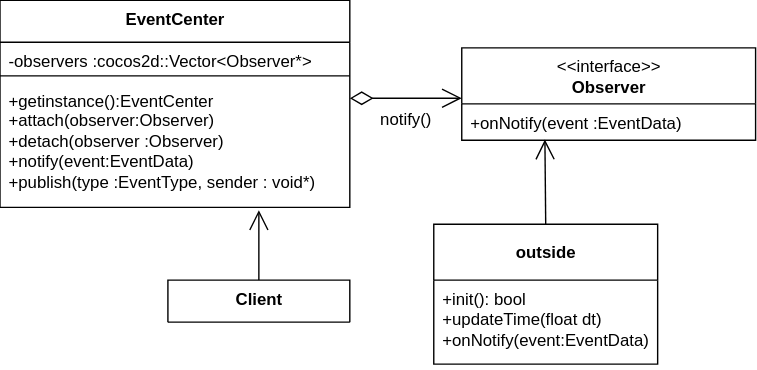
This is 文档/diagram/ObserverPatternUML.svg from Alian-yy/Stardew_Valley_Refactored, a draw.io export, as it was before one commit. Source tidied: cells renumbered, new cells last; positions are measured from the earlier drawing's top-left corner, leaving out a move shared by most shapes.
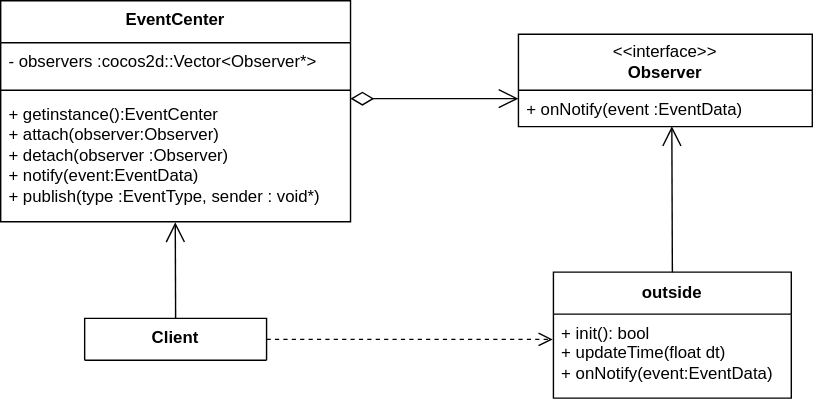
Above is the later version.

Commit message:
观察者文档修改

What changed in the source:
```diff
@@ -3,52 +3,50 @@
     <mxCell id="0" />
     <mxCell id="1" parent="0" />
     <mxCell id="2" value="EventCenter" style="swimlane;fontStyle=1;align=center;verticalAlign=top;horizontal=1;startSize=30;whiteSpace=wrap;html=1;" parent="1" vertex="1">
-      <mxGeometry width="250" height="148" as="geometry" />
+      <mxGeometry x="90" y="30" width="250" height="158" as="geometry" />
     </mxCell>
-    <mxCell id="3" value="-observers :cocos2d::Vector&amp;lt;Observer*&amp;gt;" style="text;strokeColor=none;fillColor=none;align=left;verticalAlign=top;spacingLeft=4;spacingRight=4;overflow=hidden;whiteSpace=wrap;html=1;" parent="2" vertex="1">
-      <mxGeometry y="30" width="250" height="20" as="geometry" />
+    <mxCell id="3" value="- observers :cocos2d::Vector&amp;lt;Observer*&amp;gt;" style="text;strokeColor=none;fillColor=none;align=left;verticalAlign=top;spacingLeft=4;spacingRight=4;overflow=hidden;whiteSpace=wrap;html=1;" parent="2" vertex="1">
+      <mxGeometry y="30" width="250" height="30" as="geometry" />
     </mxCell>
     <mxCell id="4" style="line;strokeWidth=1;fillColor=none;align=left;verticalAlign=middle;spacingTop=-1;spacingLeft=3;spacingRight=3;labelPosition=right;strokeColor=inherit;" parent="2" vertex="1">
-      <mxGeometry y="50" width="250" height="8" as="geometry" />
+      <mxGeometry y="60" width="250" height="8" as="geometry" />
     </mxCell>
-    <mxCell id="5" value="&lt;div&gt;+getinstance():EventCenter&lt;/div&gt;&lt;div&gt;+attach(observer:Observer)&lt;/div&gt;&lt;div&gt;+detach(observer :Observer)&lt;/div&gt;&lt;div&gt;+notify(event:EventData)&lt;/div&gt;&lt;div&gt;+publish(type :EventType, sender : void*)&lt;/div&gt;" style="text;strokeColor=none;fillColor=none;align=left;verticalAlign=top;spacingLeft=4;spacingRight=4;overflow=hidden;points=[[0,0.5],[1,0.5]];portConstraint=eastwest;whiteSpace=wrap;html=1;" parent="2" vertex="1">
-      <mxGeometry y="58" width="250" height="90" as="geometry" />
+    <mxCell id="5" value="&lt;div&gt;+ getinstance():EventCenter&lt;/div&gt;&lt;div&gt;+ attach(observer:Observer)&lt;/div&gt;&lt;div&gt;+ detach(observer :Observer)&lt;/div&gt;&lt;div&gt;+ notify(event:EventData)&lt;/div&gt;&lt;div&gt;+ publish(type :EventType, sender : void*)&lt;/div&gt;" style="text;strokeColor=none;fillColor=none;align=left;verticalAlign=top;spacingLeft=4;spacingRight=4;overflow=hidden;points=[[0,0.5],[1,0.5]];portConstraint=eastwest;whiteSpace=wrap;html=1;" parent="2" vertex="1">
+      <mxGeometry y="68" width="250" height="90" as="geometry" />
     </mxCell>
     <mxCell id="6" value="&amp;lt;&amp;lt;interface&amp;gt;&amp;gt;&lt;br style=&quot;border-color: var(--border-color);&quot;&gt;&lt;div&gt;&lt;div class=&quot;old-record-id-ZiajdeXCjoU0RMxnL77c6zVinrb&quot; style=&quot;&quot;&gt;&lt;b&gt;Observer &lt;/b&gt;&lt;/div&gt;&lt;/div&gt;" style="swimlane;fontStyle=0;horizontal=1;startSize=40;fillColor=none;whiteSpace=wrap;html=1;" parent="1" vertex="1">
-      <mxGeometry x="330" y="34" width="210" height="66" as="geometry" />
+      <mxGeometry x="460" y="54" width="210" height="66" as="geometry" />
     </mxCell>
-    <mxCell id="7" value="+onNotify(event :EventData)" style="text;strokeColor=none;fillColor=none;align=left;verticalAlign=top;spacingLeft=4;spacingRight=4;overflow=hidden;points=[[0,0.5],[1,0.5]];portConstraint=eastwest;whiteSpace=wrap;html=1;" parent="6" vertex="1">
+    <mxCell id="7" value="+ onNotify(event :EventData)" style="text;strokeColor=none;fillColor=none;align=left;verticalAlign=top;spacingLeft=4;spacingRight=4;overflow=hidden;points=[[0,0.5],[1,0.5]];portConstraint=eastwest;whiteSpace=wrap;html=1;" parent="6" vertex="1">
       <mxGeometry y="40" width="210" height="26" as="geometry" />
     </mxCell>
     <mxCell id="8" style="endArrow=open;html=1;endSize=12;startArrow=diamondThin;startSize=14;startFill=0;edgeStyle=orthogonalEdgeStyle;rounded=0;" parent="1" edge="1">
       <mxGeometry relative="1" as="geometry">
-        <mxPoint x="250" y="70" as="sourcePoint" />
-        <mxPoint x="330" y="70" as="targetPoint" />
+        <mxPoint x="340" y="100" as="sourcePoint" />
+        <mxPoint x="460" y="100" as="targetPoint" />
         <Array as="points">
-          <mxPoint x="280" y="70.4" />
-          <mxPoint x="280" y="70.4" />
+          <mxPoint x="370" y="100" />
+          <mxPoint x="459" y="100" />
         </Array>
       </mxGeometry>
     </mxCell>
-    <mxCell id="9" style="endArrow=open;endFill=1;endSize=12;html=1;rounded=0;exitX=0.5;exitY=0;exitDx=0;exitDy=0;" parent="1" edge="1" source="10">
-      <mxGeometry relative="1" as="geometry">
-        <mxPoint x="185" y="150" as="targetPoint" />
-      </mxGeometry>
+    <mxCell id="9" style="endArrow=open;endFill=1;endSize=12;html=1;rounded=0;exitX=0.5;exitY=0;exitDx=0;exitDy=0;entryX=0.499;entryY=1.004;entryDx=0;entryDy=0;entryPerimeter=0;" parent="1" edge="1" source="10" target="5">
+      <mxGeometry relative="1" as="geometry" />
     </mxCell>
     <mxCell id="10" value="&lt;div&gt;&lt;div class=&quot;old-record-id-YUyEd9La6oxjD9xP3wucUYJAnhf&quot; style=&quot;&quot;&gt;Client&lt;/div&gt;&lt;/div&gt;" style="swimlane;fontStyle=1;align=center;verticalAlign=top;horizontal=1;startSize=30;whiteSpace=wrap;html=1;" parent="1" vertex="1">
-      <mxGeometry x="120" y="200" width="130" height="30" as="geometry" />
+      <mxGeometry x="150" y="257" width="130" height="30" as="geometry" />
     </mxCell>
-    <mxCell id="11" value="notify()" style="text;html=1;whiteSpace=wrap;strokeColor=none;fillColor=none;align=center;verticalAlign=middle;rounded=0;" parent="1" vertex="1">
-      <mxGeometry x="260" y="70" width="60" height="30" as="geometry" />
-    </mxCell>
-    <mxCell id="12" value="&lt;div&gt;&lt;div class=&quot;old-record-id-ZiajdeXCjoU0RMxnL77c6zVinrb&quot; style=&quot;&quot;&gt;&lt;b&gt;outside&lt;/b&gt;&lt;/div&gt;&lt;/div&gt;" style="swimlane;fontStyle=0;horizontal=1;startSize=40;fillColor=none;whiteSpace=wrap;html=1;" parent="1" vertex="1">
-      <mxGeometry x="310" y="160" width="160" height="100" as="geometry" />
+    <mxCell id="12" value="&lt;div&gt;&lt;div class=&quot;old-record-id-ZiajdeXCjoU0RMxnL77c6zVinrb&quot; style=&quot;&quot;&gt;&lt;b&gt;outside&lt;/b&gt;&lt;/div&gt;&lt;/div&gt;" style="swimlane;fontStyle=0;horizontal=1;startSize=30;fillColor=none;whiteSpace=wrap;html=1;" parent="1" vertex="1">
+      <mxGeometry x="485" y="224" width="170" height="90" as="geometry" />
     </mxCell>
-    <mxCell id="13" value="&lt;div&gt;+init(): bool&lt;/div&gt;&lt;div&gt;+updateTime(float dt)&lt;/div&gt;&lt;div&gt;+onNotify(event:EventData)&lt;/div&gt;" style="text;strokeColor=none;fillColor=none;align=left;verticalAlign=top;spacingLeft=4;spacingRight=4;overflow=hidden;points=[[0,0.5],[1,0.5]];portConstraint=eastwest;whiteSpace=wrap;html=1;" parent="12" vertex="1">
-      <mxGeometry y="40" width="160" height="60" as="geometry" />
+    <mxCell id="13" value="&lt;div&gt;+ init(): bool&lt;/div&gt;&lt;div&gt;+ updateTime(float dt)&lt;/div&gt;&lt;div&gt;+ onNotify(event:EventData)&lt;/div&gt;" style="text;strokeColor=none;fillColor=none;align=left;verticalAlign=top;spacingLeft=4;spacingRight=4;overflow=hidden;points=[[0,0.5],[1,0.5]];portConstraint=eastwest;whiteSpace=wrap;html=1;" parent="12" vertex="1">
+      <mxGeometry y="30" width="170" height="60" as="geometry" />
     </mxCell>
-    <mxCell id="14" style="endArrow=open;endFill=1;endSize=12;html=1;rounded=0;exitX=0.5;exitY=0;exitDx=0;exitDy=0;entryX=0.283;entryY=0.981;entryDx=0;entryDy=0;entryPerimeter=0;" parent="1" edge="1" source="12" target="7">
+    <mxCell id="14" style="endArrow=open;endFill=1;endSize=12;html=1;rounded=0;exitX=0.5;exitY=0;exitDx=0;exitDy=0;entryX=0.522;entryY=0.99;entryDx=0;entryDy=0;entryPerimeter=0;" parent="1" edge="1" source="12" target="7">
       <mxGeometry relative="1" as="geometry" />
     </mxCell>
+    <mxCell id="15" style="html=1;verticalAlign=bottom;endArrow=open;dashed=1;endSize=8;curved=0;rounded=0;exitX=1;exitY=0.5;exitDx=0;exitDy=0;entryX=-0.003;entryY=0.301;entryDx=0;entryDy=0;entryPerimeter=0;" parent="1" edge="1" source="10" target="13">
+      <mxGeometry relative="1" as="geometry" />
+    </mxCell>
   </root>
 </mxGraphModel>
```
